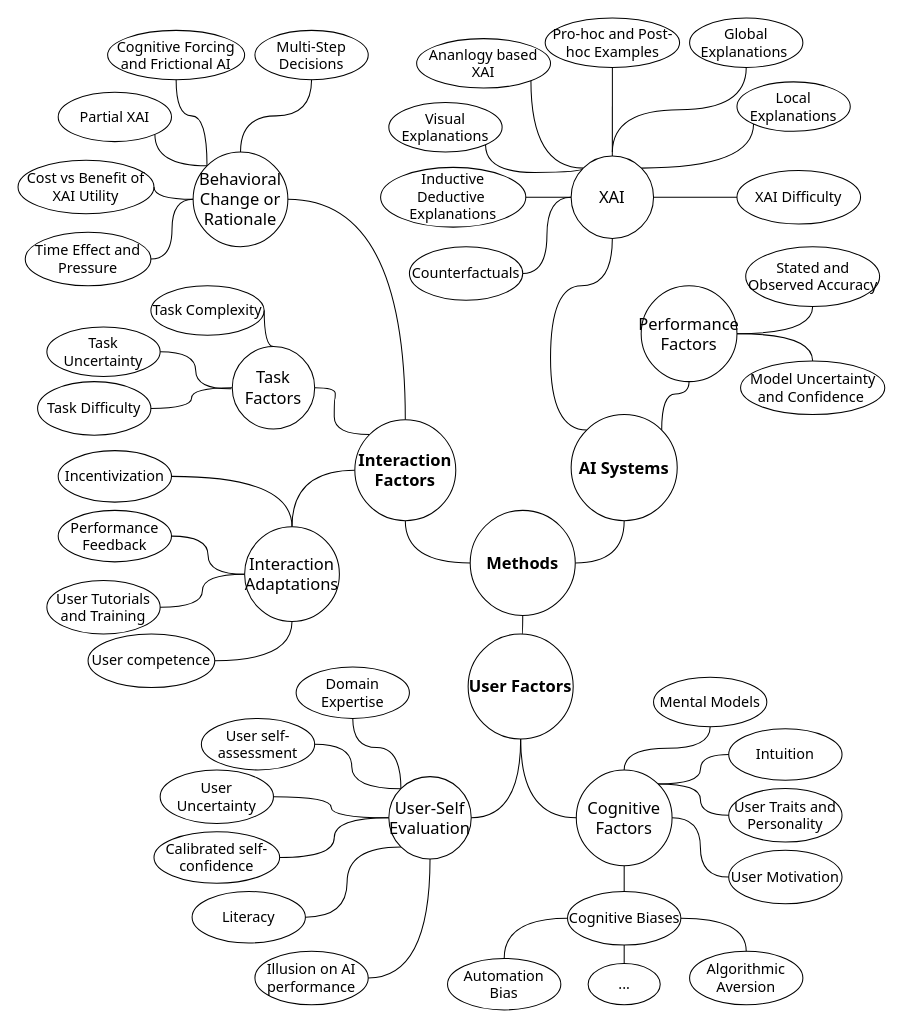
Above: ext/chi-rev-method-overview.drawio in raeeschaudhary/Coursera_Exams (draw.io), before the change. Source tidied: cells renumbered, new cells numbered last; positions are measured from the earlier drawing's top-left corner, leaving out a move shared by most shapes. Both pictures are drawn from the tidied source at 103%, with x=0, y=0 at pixel (18, 18).
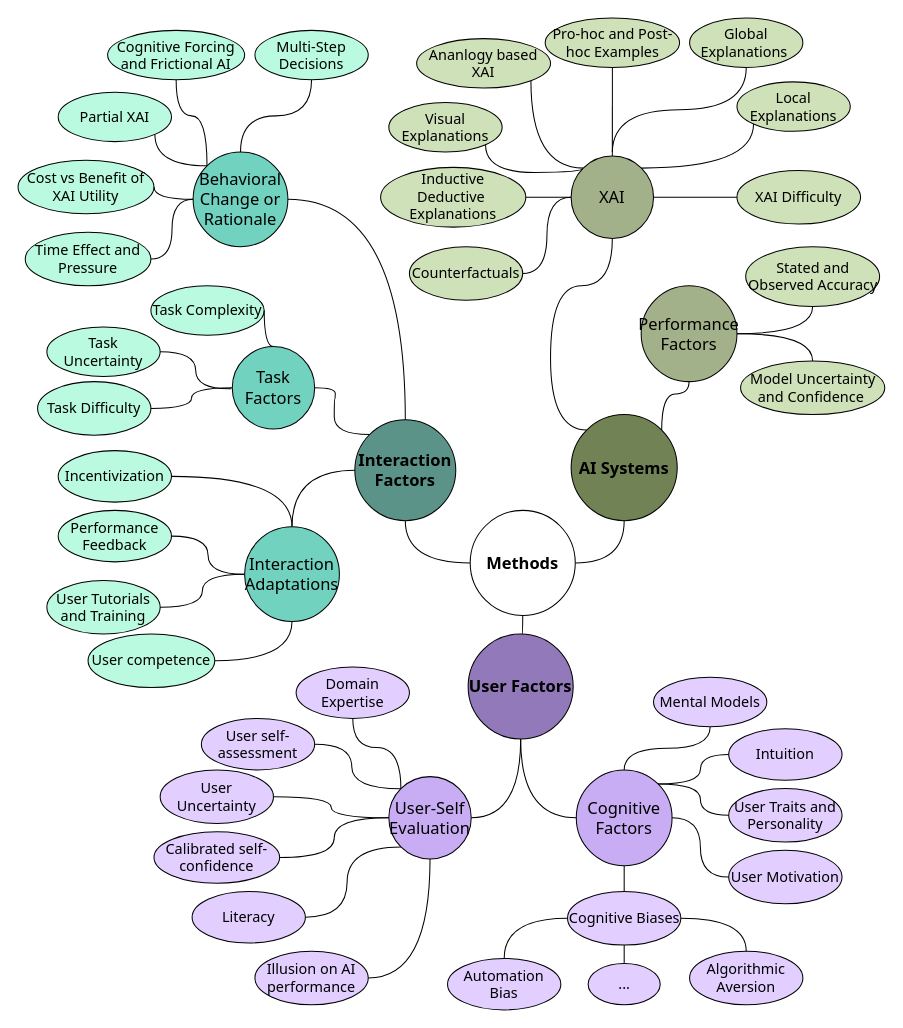
The same diagram, later.

What changed in the source:
```diff
@@
-    <mxCell id="2" value="Performance Feedback" style="ellipse;whiteSpace=wrap;html=1;fontFamily=Tahoma;fontSize=14;" parent="1" vertex="1">
+    <mxCell id="2" value="Performance Feedback" style="ellipse;whiteSpace=wrap;html=1;fontFamily=Tahoma;fontSize=14;fillColor=#B9FAE0;" parent="1" vertex="1">
       <mxGeometry x="39" y="478" width="110" height="50" as="geometry" />
     </mxCell>
-    <mxCell id="3" value="Incentivization" style="ellipse;whiteSpace=wrap;html=1;fontFamily=Tahoma;fontSize=14;" parent="1" vertex="1">
+    <mxCell id="3" value="Incentivization" style="ellipse;whiteSpace=wrap;html=1;fontFamily=Tahoma;fontSize=14;fillColor=#B9FAE0;" parent="1" vertex="1">
       <mxGeometry x="39" y="420" width="110" height="50" as="geometry" />
     </mxCell>
-    <mxCell id="4" value="Local Explanations" style="ellipse;whiteSpace=wrap;html=1;fontFamily=Tahoma;fontSize=14;" parent="1" vertex="1">
+    <mxCell id="4" value="Local Explanations" style="ellipse;whiteSpace=wrap;html=1;fontFamily=Tahoma;fontSize=14;fillColor=#CFE1B9;" parent="1" vertex="1">
       <mxGeometry x="698" y="62" width="110" height="48" as="geometry" />
     </mxCell>
-    <mxCell id="5" value="Automation Bias" style="ellipse;whiteSpace=wrap;html=1;fontFamily=Tahoma;fontSize=14;" parent="1" vertex="1">
+    <mxCell id="5" value="Automation Bias" style="ellipse;whiteSpace=wrap;html=1;fontFamily=Tahoma;fontSize=14;fillColor=#E2CFFF;" parent="1" vertex="1">
       <mxGeometry x="417" y="913" width="110" height="50" as="geometry" />
     </mxCell>
-    <mxCell id="6" value="Algorithmic Aversion" style="ellipse;whiteSpace=wrap;html=1;fontFamily=Tahoma;fontSize=14;" parent="1" vertex="1">
+    <mxCell id="6" value="Algorithmic Aversion" style="ellipse;whiteSpace=wrap;html=1;fontFamily=Tahoma;fontSize=14;fillColor=#E2CFFF;" parent="1" vertex="1">
       <mxGeometry x="652" y="906" width="110" height="52" as="geometry" />
     </mxCell>
-    <mxCell id="7" value="Inductive&lt;div&gt;Deductive&amp;nbsp;&lt;/div&gt;&lt;div&gt;Explanations&lt;/div&gt;" style="ellipse;whiteSpace=wrap;html=1;fontFamily=Tahoma;fontSize=14;" parent="1" vertex="1">
+    <mxCell id="7" value="Inductive&lt;div&gt;Deductive&amp;nbsp;&lt;/div&gt;&lt;div&gt;Explanations&lt;/div&gt;" style="ellipse;whiteSpace=wrap;html=1;fontFamily=Tahoma;fontSize=14;fillColor=#CFE1B9;" parent="1" vertex="1">
       <mxGeometry x="352" y="145" width="141" height="58" as="geometry" />
     </mxCell>
-    <mxCell id="8" value="Visual&lt;br&gt;&lt;div&gt;Explanations&lt;/div&gt;" style="ellipse;whiteSpace=wrap;html=1;fontFamily=Tahoma;fontSize=14;" parent="1" vertex="1">
+    <mxCell id="8" value="Visual&lt;br&gt;&lt;div&gt;Explanations&lt;/div&gt;" style="ellipse;whiteSpace=wrap;html=1;fontFamily=Tahoma;fontSize=14;fillColor=#CFE1B9;" parent="1" vertex="1">
       <mxGeometry x="360" y="82" width="110" height="48" as="geometry" />
     </mxCell>
-    <mxCell id="9" value="Cognitive Forcing and Frictional AI" style="ellipse;whiteSpace=wrap;html=1;fontFamily=Tahoma;fontSize=14;" parent="1" vertex="1">
+    <mxCell id="9" value="Cognitive Forcing and Frictional AI" style="ellipse;whiteSpace=wrap;html=1;fontFamily=Tahoma;fontSize=14;fillColor=#B9FAE0;" parent="1" vertex="1">
       <mxGeometry x="87" y="12" width="133" height="48" as="geometry" />
     </mxCell>
-    <mxCell id="10" value="User Tutorials and Training" style="ellipse;whiteSpace=wrap;html=1;fontFamily=Tahoma;fontSize=14;" parent="1" vertex="1">
+    <mxCell id="10" value="User Tutorials and Training" style="ellipse;whiteSpace=wrap;html=1;fontFamily=Tahoma;fontSize=14;fillColor=#B9FAE0;" parent="1" vertex="1">
       <mxGeometry x="28" y="546" width="110" height="52" as="geometry" />
     </mxCell>
-    <mxCell id="11" value="Task Difficulty" style="ellipse;whiteSpace=wrap;html=1;fontFamily=Tahoma;fontSize=14;" parent="1" vertex="1">
+    <mxCell id="11" value="Task Difficulty" style="ellipse;whiteSpace=wrap;html=1;fontFamily=Tahoma;fontSize=14;fillColor=#B9FAE0;" parent="1" vertex="1">
       <mxGeometry x="19" y="353" width="110" height="52" as="geometry" />
     </mxCell>
-    <mxCell id="12" value="Multi-Step Decisions" style="ellipse;whiteSpace=wrap;html=1;fontFamily=Tahoma;fontSize=14;" parent="1" vertex="1">
+    <mxCell id="12" value="Multi-Step Decisions" style="ellipse;whiteSpace=wrap;html=1;fontFamily=Tahoma;fontSize=14;fillColor=#B9FAE0;" parent="1" vertex="1">
       <mxGeometry x="230" y="12" width="110" height="48" as="geometry" />
     </mxCell>
-    <mxCell id="13" value="Time Effect and Pressure" style="ellipse;whiteSpace=wrap;html=1;fontFamily=Tahoma;fontSize=14;" parent="1" vertex="1">
+    <mxCell id="13" value="Time Effect and Pressure" style="ellipse;whiteSpace=wrap;html=1;fontFamily=Tahoma;fontSize=14;fillColor=#B9FAE0;" parent="1" vertex="1">
       <mxGeometry x="7" y="208" width="122" height="52" as="geometry" />
     </mxCell>
-    <mxCell id="14" value="Literacy" style="ellipse;whiteSpace=wrap;html=1;fontFamily=Tahoma;fontSize=14;" parent="1" vertex="1">
+    <mxCell id="14" value="Literacy" style="ellipse;whiteSpace=wrap;html=1;fontFamily=Tahoma;fontSize=14;fillColor=#E2CFFF;" parent="1" vertex="1">
       <mxGeometry x="169" y="848" width="110" height="50" as="geometry" />
     </mxCell>
-    <mxCell id="15" value="Domain Expertise" style="ellipse;whiteSpace=wrap;html=1;fontFamily=Tahoma;fontSize=14;" parent="1" vertex="1">
+    <mxCell id="15" value="Domain Expertise" style="ellipse;whiteSpace=wrap;html=1;fontFamily=Tahoma;fontSize=14;fillColor=#E2CFFF;" parent="1" vertex="1">
       <mxGeometry x="270" y="630" width="110" height="50" as="geometry" />
     </mxCell>
@@
-    <mxCell id="19" value="Cognitive Biases" style="ellipse;whiteSpace=wrap;html=1;fontFamily=Tahoma;fontSize=14;" parent="1" vertex="1">
+    <mxCell id="19" value="Cognitive Biases" style="ellipse;whiteSpace=wrap;html=1;fontFamily=Tahoma;fontSize=14;fillColor=#E2CFFF;" parent="1" vertex="1">
       <mxGeometry x="533.5" y="848" width="110" height="52" as="geometry" />
     </mxCell>
-    <mxCell id="20" value="Mental Models" style="ellipse;whiteSpace=wrap;html=1;fontFamily=Tahoma;fontSize=14;" parent="1" vertex="1">
+    <mxCell id="20" value="Mental Models" style="ellipse;whiteSpace=wrap;html=1;fontFamily=Tahoma;fontSize=14;fillColor=#E2CFFF;" parent="1" vertex="1">
       <mxGeometry x="617" y="640" width="110" height="48" as="geometry" />
     </mxCell>
-    <mxCell id="21" value="XAI Difficulty" style="ellipse;whiteSpace=wrap;html=1;fontFamily=Tahoma;fontSize=14;" parent="1" vertex="1">
+    <mxCell id="21" value="XAI Difficulty" style="ellipse;whiteSpace=wrap;html=1;fontFamily=Tahoma;fontSize=14;fillColor=#CFE1B9;" parent="1" vertex="1">
       <mxGeometry x="698" y="148" width="120" height="52" as="geometry" />
     </mxCell>
-    <mxCell id="22" value="User Motivation" style="ellipse;whiteSpace=wrap;html=1;fontFamily=Tahoma;fontSize=14;" parent="1" vertex="1">
+    <mxCell id="22" value="User Motivation" style="ellipse;whiteSpace=wrap;html=1;fontFamily=Tahoma;fontSize=14;fillColor=#E2CFFF;" parent="1" vertex="1">
       <mxGeometry x="690" y="808" width="110" height="52" as="geometry" />
     </mxCell>
-    <mxCell id="23" value="Cost vs Benefit of XAI Utility" style="ellipse;whiteSpace=wrap;html=1;fontFamily=Tahoma;fontSize=14;" parent="1" vertex="1">
+    <mxCell id="23" value="Cost vs Benefit of XAI Utility" style="ellipse;whiteSpace=wrap;html=1;fontFamily=Tahoma;fontSize=14;fillColor=#B9FAE0;" parent="1" vertex="1">
       <mxGeometry y="138" width="132" height="52" as="geometry" />
     </mxCell>
-    <mxCell id="24" value="User competence" style="ellipse;whiteSpace=wrap;html=1;fontFamily=Tahoma;fontSize=14;" parent="1" vertex="1">
+    <mxCell id="24" value="User competence" style="ellipse;whiteSpace=wrap;html=1;fontFamily=Tahoma;fontSize=14;fillColor=#B9FAE0;" parent="1" vertex="1">
       <mxGeometry x="68" y="598" width="123" height="52" as="geometry" />
     </mxCell>
-    <mxCell id="25" value="User self-assessment" style="ellipse;whiteSpace=wrap;html=1;fontFamily=Tahoma;fontSize=14;" parent="1" vertex="1">
+    <mxCell id="25" value="User self-assessment" style="ellipse;whiteSpace=wrap;html=1;fontFamily=Tahoma;fontSize=14;fillColor=#E2CFFF;" parent="1" vertex="1">
       <mxGeometry x="178" y="680" width="110" height="50" as="geometry" />
     </mxCell>
-    <mxCell id="26" value="Illusion on AI performance" style="ellipse;whiteSpace=wrap;html=1;fontFamily=Tahoma;fontSize=14;" parent="1" vertex="1">
+    <mxCell id="26" value="Illusion on AI performance" style="ellipse;whiteSpace=wrap;html=1;fontFamily=Tahoma;fontSize=14;fillColor=#E2CFFF;" parent="1" vertex="1">
       <mxGeometry x="230" y="906" width="110" height="52" as="geometry" />
     </mxCell>
-    <mxCell id="27" value="Stated and Observed Accuracy" style="ellipse;whiteSpace=wrap;html=1;fontFamily=Tahoma;fontSize=14;" parent="1" vertex="1">
+    <mxCell id="27" value="Stated and Observed Accuracy" style="ellipse;whiteSpace=wrap;html=1;fontFamily=Tahoma;fontSize=14;fillColor=#CFE1B9;" parent="1" vertex="1">
       <mxGeometry x="706.5" y="222" width="130" height="58" as="geometry" />
     </mxCell>
-    <mxCell id="28" value="Ananlogy based XAI" style="ellipse;whiteSpace=wrap;html=1;fontFamily=Tahoma;fontSize=14;" parent="1" vertex="1">
+    <mxCell id="28" value="Ananlogy based XAI" style="ellipse;whiteSpace=wrap;html=1;fontFamily=Tahoma;fontSize=14;fillColor=#CFE1B9;" parent="1" vertex="1">
       <mxGeometry x="387" y="20" width="130" height="48" as="geometry" />
     </mxCell>
-    <mxCell id="29" value="Intuition" style="ellipse;whiteSpace=wrap;html=1;fontFamily=Tahoma;fontSize=14;" parent="1" vertex="1">
+    <mxCell id="29" value="Intuition" style="ellipse;whiteSpace=wrap;html=1;fontFamily=Tahoma;fontSize=14;fillColor=#E2CFFF;" parent="1" vertex="1">
       <mxGeometry x="690" y="690" width="110" height="50" as="geometry" />
     </mxCell>
-    <mxCell id="30" value="Model Uncertainty and Confidence&amp;nbsp;" style="ellipse;whiteSpace=wrap;html=1;fontFamily=Tahoma;fontSize=14;" parent="1" vertex="1">
+    <mxCell id="30" value="Model Uncertainty and Confidence&amp;nbsp;" style="ellipse;whiteSpace=wrap;html=1;fontFamily=Tahoma;fontSize=14;fillColor=#CFE1B9;" parent="1" vertex="1">
       <mxGeometry x="701.5" y="333" width="140" height="52" as="geometry" />
     </mxCell>
-    <mxCell id="31" value="User Uncertainty" style="ellipse;whiteSpace=wrap;html=1;fontFamily=Tahoma;fontSize=14;" parent="1" vertex="1">
+    <mxCell id="31" value="User Uncertainty" style="ellipse;whiteSpace=wrap;html=1;fontFamily=Tahoma;fontSize=14;fillColor=#E2CFFF;" parent="1" vertex="1">
       <mxGeometry x="138" y="730" width="110" height="52" as="geometry" />
     </mxCell>
-    <mxCell id="32" value="Pro-hoc and Post-hoc Examples" style="ellipse;whiteSpace=wrap;html=1;fontFamily=Tahoma;fontSize=14;" parent="1" vertex="1">
+    <mxCell id="32" value="Pro-hoc and Post-hoc Examples" style="ellipse;whiteSpace=wrap;html=1;fontFamily=Tahoma;fontSize=14;fillColor=#CFE1B9;" parent="1" vertex="1">
       <mxGeometry x="511.8" width="130.5" height="48" as="geometry" />
     </mxCell>
-    <mxCell id="33" value="Calibrated self-confidence" style="ellipse;whiteSpace=wrap;html=1;fontFamily=Tahoma;fontSize=14;" parent="1" vertex="1">
+    <mxCell id="33" value="Calibrated self-confidence" style="ellipse;whiteSpace=wrap;html=1;fontFamily=Tahoma;fontSize=14;fillColor=#E2CFFF;" parent="1" vertex="1">
       <mxGeometry x="132" y="790" width="122" height="50" as="geometry" />
     </mxCell>
-    <mxCell id="34" value="Task Complexity" style="ellipse;whiteSpace=wrap;html=1;fontFamily=Tahoma;fontSize=14;" parent="1" vertex="1">
+    <mxCell id="34" value="Task Complexity" style="ellipse;whiteSpace=wrap;html=1;fontFamily=Tahoma;fontSize=14;fillColor=#B9FAE0;" parent="1" vertex="1">
       <mxGeometry x="129" y="260" width="110" height="48" as="geometry" />
     </mxCell>
-    <mxCell id="35" value="Task Uncertainty" style="ellipse;whiteSpace=wrap;html=1;fontFamily=Tahoma;fontSize=14;" parent="1" vertex="1">
+    <mxCell id="35" value="Task Uncertainty" style="ellipse;whiteSpace=wrap;html=1;fontFamily=Tahoma;fontSize=14;fillColor=#B9FAE0;" parent="1" vertex="1">
       <mxGeometry x="28" y="300" width="110" height="48" as="geometry" />
     </mxCell>
-    <mxCell id="36" value="Partial XAI" style="ellipse;whiteSpace=wrap;html=1;fontFamily=Tahoma;fontSize=14;" parent="1" vertex="1">
+    <mxCell id="36" value="Partial XAI" style="ellipse;whiteSpace=wrap;html=1;fontFamily=Tahoma;fontSize=14;fillColor=#B9FAE0;" parent="1" vertex="1">
       <mxGeometry x="39" y="72" width="110" height="48" as="geometry" />
     </mxCell>
-    <mxCell id="37" value="User Traits and Personality" style="ellipse;whiteSpace=wrap;html=1;fontFamily=Tahoma;fontSize=14;" parent="1" vertex="1">
+    <mxCell id="37" value="User Traits and Personality" style="ellipse;whiteSpace=wrap;html=1;fontFamily=Tahoma;fontSize=14;fillColor=#E2CFFF;" parent="1" vertex="1">
       <mxGeometry x="690" y="748" width="110" height="52" as="geometry" />
     </mxCell>
@@
-    <mxCell id="41" value="AI Systems" style="ellipse;whiteSpace=wrap;html=1;fontFamily=Tahoma;fontSize=16;fontStyle=1;" parent="1" vertex="1">
+    <mxCell id="41" value="AI Systems" style="ellipse;whiteSpace=wrap;html=1;fontFamily=Tahoma;fontSize=16;fontStyle=1;fillColor=light-dark(#718355,#B9E0A5);strokeColor=light-dark(#000000,#588157);" parent="1" vertex="1">
       <mxGeometry x="537" y="385" width="103" height="103" as="geometry" />
     </mxCell>
@@
-    <mxCell id="46" value="Global Explanations&amp;nbsp;" style="ellipse;whiteSpace=wrap;html=1;fontFamily=Tahoma;fontSize=14;" parent="1" vertex="1">
+    <mxCell id="46" value="Global Explanations&amp;nbsp;" style="ellipse;whiteSpace=wrap;html=1;fontFamily=Tahoma;fontSize=14;fillColor=#CFE1B9;" parent="1" vertex="1">
       <mxGeometry x="652" width="110" height="48" as="geometry" />
     </mxCell>
-    <mxCell id="47" value="Counterfactuals" style="ellipse;whiteSpace=wrap;html=1;fontFamily=Tahoma;fontSize=14;" parent="1" vertex="1">
+    <mxCell id="47" value="Counterfactuals" style="ellipse;whiteSpace=wrap;html=1;fontFamily=Tahoma;fontSize=14;fillColor=#CFE1B9;" parent="1" vertex="1">
       <mxGeometry x="380" y="222" width="110" height="52" as="geometry" />
     </mxCell>
@@
-    <mxCell id="53" value="Cognitive Factors" style="ellipse;whiteSpace=wrap;html=1;fontFamily=Tahoma;fontSize=16;" parent="1" vertex="1">
+    <mxCell id="53" value="Cognitive Factors" style="ellipse;whiteSpace=wrap;html=1;fontFamily=Tahoma;fontSize=16;fillColor=#C8ADF4;" parent="1" vertex="1">
       <mxGeometry x="542" y="730" width="93" height="93" as="geometry" />
     </mxCell>
@@
-    <mxCell id="60" value="User-Self Evaluation" style="ellipse;whiteSpace=wrap;html=1;fontFamily=Tahoma;fontSize=16;" parent="1" vertex="1">
+    <mxCell id="60" value="User-Self Evaluation" style="ellipse;whiteSpace=wrap;html=1;fontFamily=Tahoma;fontSize=16;fillColor=#C8ADF4;" parent="1" vertex="1">
       <mxGeometry x="360" y="736.5" width="80" height="80" as="geometry" />
     </mxCell>
@@
-    <mxCell id="65" value="Interaction Adaptations" style="ellipse;whiteSpace=wrap;html=1;fontFamily=Tahoma;fontSize=16;" parent="1" vertex="1">
+    <mxCell id="65" value="Interaction Adaptations" style="ellipse;whiteSpace=wrap;html=1;fontFamily=Tahoma;fontSize=16;fillColor=#71D2C0;" parent="1" vertex="1">
       <mxGeometry x="220" y="494" width="92" height="92" as="geometry" />
     </mxCell>
@@
-    <mxCell id="70" value="Behavioral Change or Rationale" style="ellipse;whiteSpace=wrap;html=1;fontFamily=Tahoma;fontSize=16;" parent="1" vertex="1">
+    <mxCell id="70" value="Behavioral Change or Rationale" style="ellipse;whiteSpace=wrap;html=1;fontFamily=Tahoma;fontSize=16;fillColor=#71D2C0;" parent="1" vertex="1">
       <mxGeometry x="170" y="130" width="92" height="92" as="geometry" />
     </mxCell>
@@
-    <mxCell id="74" value="Task Factors" style="ellipse;whiteSpace=wrap;html=1;fontFamily=Tahoma;fontSize=16;" parent="1" vertex="1">
+    <mxCell id="74" value="Task Factors" style="ellipse;whiteSpace=wrap;html=1;fontFamily=Tahoma;fontSize=16;fillColor=#71D2C0;" parent="1" vertex="1">
       <mxGeometry x="208" y="319" width="80" height="80" as="geometry" />
     </mxCell>
@@
-    <mxCell id="80" value="User Factors" style="ellipse;whiteSpace=wrap;html=1;fontFamily=Tahoma;fontSize=16;fontStyle=1;" parent="1" vertex="1">
+    <mxCell id="80" value="User Factors" style="ellipse;whiteSpace=wrap;html=1;fontFamily=Tahoma;fontSize=16;fontStyle=1;fillColor=#9279B9;" parent="1" vertex="1">
       <mxGeometry x="437" y="598" width="102" height="102" as="geometry" />
     </mxCell>
@@
-    <mxCell id="82" value="..." style="ellipse;whiteSpace=wrap;html=1;fontFamily=Tahoma;fontSize=14;" parent="1" vertex="1">
+    <mxCell id="82" value="..." style="ellipse;whiteSpace=wrap;html=1;fontFamily=Tahoma;fontSize=14;fillColor=#E2CFFF;" parent="1" vertex="1">
       <mxGeometry x="553.5" y="918" width="70" height="40" as="geometry" />
     </mxCell>
@@
-    <mxCell id="85" value="Interaction Factors" style="ellipse;whiteSpace=wrap;html=1;fontFamily=Tahoma;fontSize=16;fontStyle=1;" parent="1" vertex="1">
+    <mxCell id="85" value="Interaction Factors" style="ellipse;whiteSpace=wrap;html=1;fontFamily=Tahoma;fontSize=16;fontStyle=1;fillColor=#5C9389;" parent="1" vertex="1">
       <mxGeometry x="327" y="390" width="98" height="98" as="geometry" />
     </mxCell>
@@
-    <mxCell id="89" value="Performance Factors" style="ellipse;whiteSpace=wrap;html=1;fontFamily=Tahoma;fontSize=16;" parent="1" vertex="1">
+    <mxCell id="89" value="Performance Factors" style="ellipse;whiteSpace=wrap;html=1;fontFamily=Tahoma;fontSize=16;fillColor=light-dark(#A3B18A,#A3B18A);" parent="1" vertex="1">
       <mxGeometry x="605" y="260" width="93" height="93" as="geometry" />
     </mxCell>
@@
-    <mxCell id="94" value="XAI" style="ellipse;whiteSpace=wrap;html=1;fontFamily=Tahoma;fontSize=16;" parent="1" vertex="1">
+    <mxCell id="94" value="XAI" style="ellipse;whiteSpace=wrap;html=1;fontFamily=Tahoma;fontSize=16;fillColor=#A3B18A;" parent="1" vertex="1">
       <mxGeometry x="537" y="134" width="80" height="80" as="geometry" />
     </mxCell>
```
